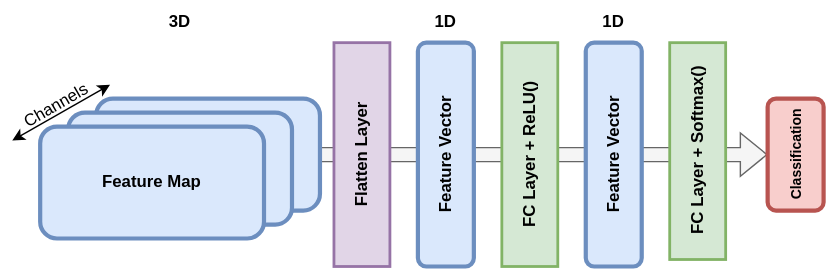
yyhtbs-yye/course_images keeps this draw.io diagram as Deep Neural Output Layers.svg. Above is the earlier version. Source tidied: cells renumbered, new cells last; positions are measured from the earlier drawing's top-left corner, leaving out a move shared by most shapes.
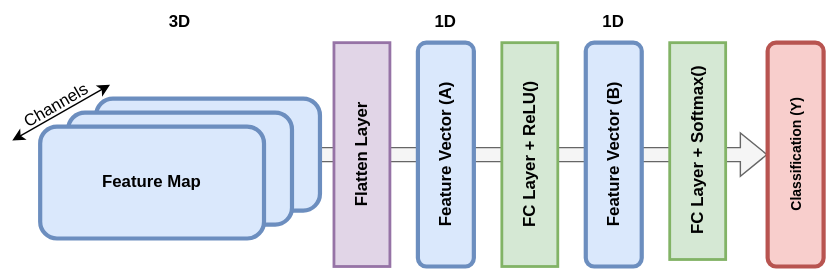
The same diagram one commit later.

The edit, as a diff of the source:
```diff
@@ -8,7 +8,7 @@
     <mxCell id="3" value="Feature Map" style="rounded=1;whiteSpace=wrap;html=1;fillColor=#dae8fc;strokeColor=#6c8ebf;strokeWidth=3;fontStyle=1;" parent="1" vertex="1">
       <mxGeometry x="69" y="70" width="160" height="80" as="geometry" />
     </mxCell>
-    <mxCell id="4" value="Feature Vector" style="rounded=1;whiteSpace=wrap;html=1;fillColor=#dae8fc;strokeColor=#6c8ebf;strokeWidth=3;fontStyle=1;horizontal=0;" parent="1" vertex="1">
+    <mxCell id="4" value="Feature Vector (A)" style="rounded=1;whiteSpace=wrap;html=1;fillColor=#dae8fc;strokeColor=#6c8ebf;strokeWidth=3;fontStyle=1;horizontal=0;" parent="1" vertex="1">
       <mxGeometry x="299" y="30" width="40" height="160" as="geometry" />
     </mxCell>
     <mxCell id="5" value="Feature Map" style="rounded=1;whiteSpace=wrap;html=1;fillColor=#dae8fc;strokeColor=#6c8ebf;strokeWidth=3;fontStyle=1;" parent="1" vertex="1">
@@ -23,10 +23,10 @@
     <mxCell id="8" value="FC Layer + Softmax()" style="rounded=0;whiteSpace=wrap;html=1;fillColor=#d5e8d4;strokeColor=#82b366;verticalAlign=middle;horizontal=0;fontStyle=1;strokeWidth=2;" parent="1" vertex="1">
       <mxGeometry x="479" y="30" width="40" height="155" as="geometry" />
     </mxCell>
-    <mxCell id="9" value="Classification" style="rounded=1;whiteSpace=wrap;html=1;fillColor=#f8cecc;strokeColor=#b85450;strokeWidth=3;fontStyle=1;horizontal=0;fontSize=10;" parent="1" vertex="1">
-      <mxGeometry x="549" y="70" width="40" height="80" as="geometry" />
+    <mxCell id="9" value="Classification (Y)" style="rounded=1;whiteSpace=wrap;html=1;fillColor=#f8cecc;strokeColor=#b85450;strokeWidth=3;fontStyle=1;horizontal=0;fontSize=10;" parent="1" vertex="1">
+      <mxGeometry x="549" y="30" width="40" height="160" as="geometry" />
     </mxCell>
-    <mxCell id="10" value="Feature Vector" style="rounded=1;whiteSpace=wrap;html=1;fillColor=#dae8fc;strokeColor=#6c8ebf;strokeWidth=3;fontStyle=1;horizontal=0;" parent="1" vertex="1">
+    <mxCell id="10" value="Feature Vector (B)" style="rounded=1;whiteSpace=wrap;html=1;fillColor=#dae8fc;strokeColor=#6c8ebf;strokeWidth=3;fontStyle=1;horizontal=0;" parent="1" vertex="1">
       <mxGeometry x="419" y="30" width="40" height="160" as="geometry" />
     </mxCell>
     <mxCell id="11" value="Flatten Layer" style="rounded=0;whiteSpace=wrap;html=1;fillColor=#e1d5e7;strokeColor=#9673a6;verticalAlign=middle;horizontal=0;fontStyle=1;strokeWidth=2;" parent="1" vertex="1">
```
